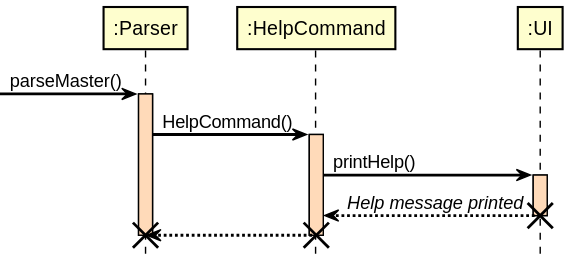
Above: docs/RenderedUML/Help.svg in nus-cs2113-AY2122S1/tp (PlantUML), before the change.
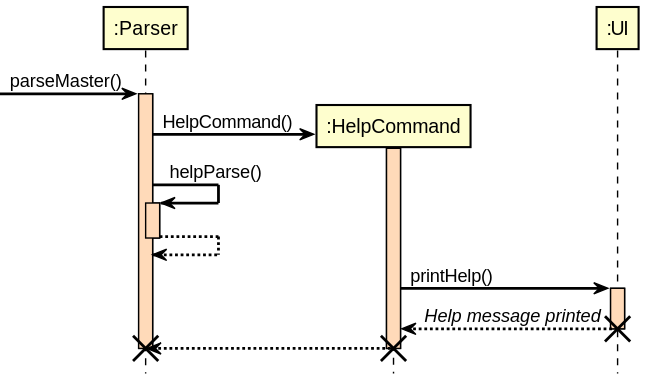
The same diagram one commit later.

What changed in the source:
```diff
@@ -15,8 +15,15 @@
 
 activate ":Parser"
 
+create ":HelpCommand"
 ":Parser" -> ":HelpCommand": HelpCommand()
 activate ":HelpCommand"
+
+":Parser" -> ":Parser": helpParse()
+activate ":Parser"
+
+":Parser" --> ":Parser"
+deactivate ":Parser"
 
 ":HelpCommand" -> ":UI" : printHelp()
 activate ":UI"
```
